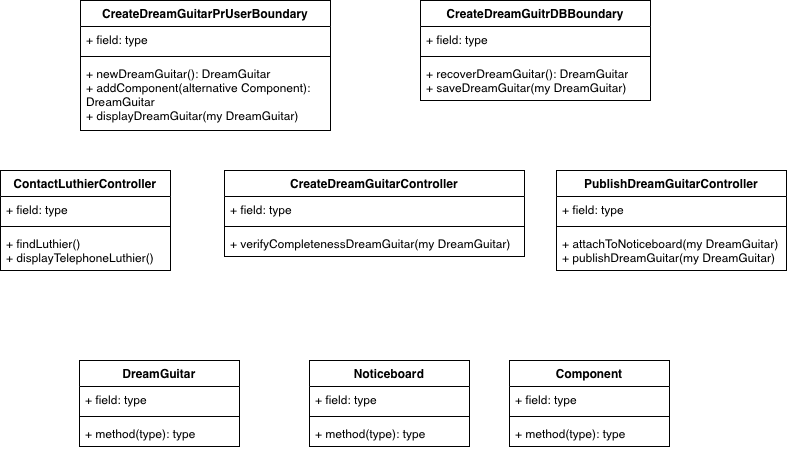
This is BCET.drawio.png from TizianoLilli/ISPW-Project, a draw.io export, as it was before one commit. Source tidied: cells renumbered, new cells last; positions are measured from the earlier drawing's top-left corner, leaving out a move shared by most shapes.
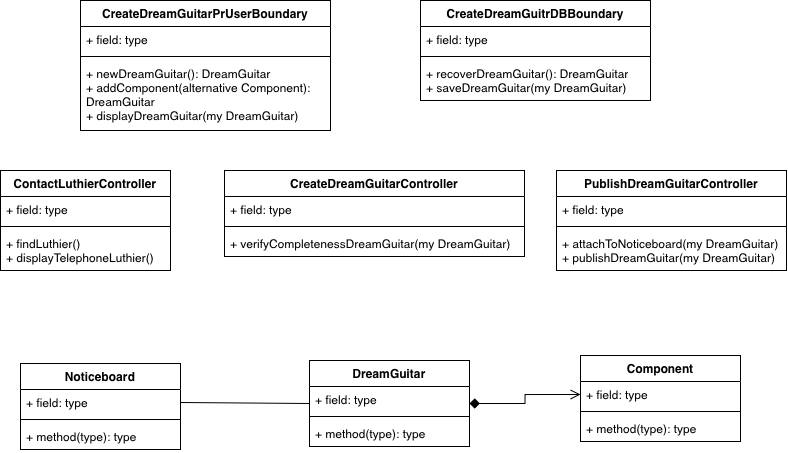
After the change.

Change to the diagram source:
```diff
@@ -3,7 +3,7 @@
     <mxCell id="0" />
     <mxCell id="1" parent="0" />
     <mxCell id="2" value="DreamGuitar" style="swimlane;fontStyle=1;align=center;verticalAlign=top;horizontal=1;startSize=26;whiteSpace=wrap;html=1;" parent="1" vertex="1">
-      <mxGeometry x="79" y="360" width="160" height="86" as="geometry" />
+      <mxGeometry x="309" y="360" width="160" height="86" as="geometry" />
     </mxCell>
     <mxCell id="3" value="+ field: type" style="text;strokeColor=none;fillColor=none;align=left;verticalAlign=top;spacingLeft=4;spacingRight=4;overflow=hidden;whiteSpace=wrap;html=1;" parent="2" vertex="1">
       <mxGeometry y="26" width="160" height="26" as="geometry" />
@@ -15,7 +15,7 @@
       <mxGeometry y="60" width="160" height="26" as="geometry" />
     </mxCell>
     <mxCell id="6" value="Noticeboard" style="swimlane;fontStyle=1;align=center;verticalAlign=top;horizontal=1;startSize=26;whiteSpace=wrap;html=1;" parent="1" vertex="1">
-      <mxGeometry x="309" y="360" width="160" height="86" as="geometry" />
+      <mxGeometry x="20" y="363" width="160" height="86" as="geometry" />
     </mxCell>
     <mxCell id="7" value="+ field: type" style="text;strokeColor=none;fillColor=none;align=left;verticalAlign=top;spacingLeft=4;spacingRight=4;overflow=hidden;points=[[0,0.5],[1,0.5]];portConstraint=eastwest;whiteSpace=wrap;html=1;" parent="6" vertex="1">
       <mxGeometry y="26" width="160" height="26" as="geometry" />
@@ -87,7 +87,7 @@
       <mxGeometry y="60" width="300" height="26" as="geometry" />
     </mxCell>
     <mxCell id="30" value="Component" style="swimlane;fontStyle=1;align=center;verticalAlign=top;horizontal=1;startSize=26;whiteSpace=wrap;html=1;" parent="1" vertex="1">
-      <mxGeometry x="509" y="360" width="160" height="86" as="geometry" />
+      <mxGeometry x="580" y="355" width="160" height="86" as="geometry" />
     </mxCell>
     <mxCell id="31" value="+ field: type" style="text;strokeColor=none;fillColor=none;align=left;verticalAlign=top;spacingLeft=4;spacingRight=4;overflow=hidden;points=[[0,0.5],[1,0.5]];portConstraint=eastwest;whiteSpace=wrap;html=1;" parent="30" vertex="1">
       <mxGeometry y="26" width="160" height="26" as="geometry" />
@@ -98,5 +98,11 @@
     <mxCell id="33" value="+ method(type): type" style="text;strokeColor=none;fillColor=none;align=left;verticalAlign=top;spacingLeft=4;spacingRight=4;overflow=hidden;whiteSpace=wrap;html=1;" parent="30" vertex="1">
       <mxGeometry y="60" width="160" height="26" as="geometry" />
     </mxCell>
+    <mxCell id="34" style="html=1;labelBackgroundColor=#ffffff;jettySize=auto;fontSize=14;rounded=0;jumpStyle=gap;edgeStyle=orthogonalEdgeStyle;startArrow=diamond;startFill=1;endArrow=open;strokeWidth=1;startSize=8;endSize=8;curved=0;exitX=1;exitY=0.5;exitDx=0;exitDy=0;entryX=0;entryY=0.5;entryDx=0;entryDy=0;" parent="1" edge="1" source="2" target="31">
+      <mxGeometry relative="1" as="geometry" />
+    </mxCell>
+    <mxCell id="35" style="endArrow=none;html=1;rounded=0;fontSize=12;startSize=8;endSize=8;curved=1;exitX=1;exitY=0.5;exitDx=0;exitDy=0;entryX=0;entryY=0.5;entryDx=0;entryDy=0;" parent="1" edge="1" source="7" target="2">
+      <mxGeometry relative="1" as="geometry" />
+    </mxCell>
   </root>
 </mxGraphModel>
```
